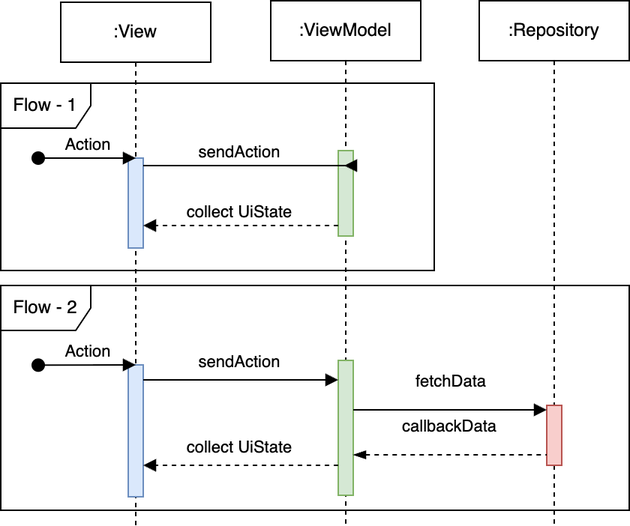
droidknights/DroidKnightsApp keeps this draw.io diagram as images/action.png. Above is the earlier version. Source tidied: cells renumbered, new cells last; positions are measured from the earlier drawing's top-left corner, leaving out a move shared by most shapes. Source of this version:
```xml
<mxGraphModel>
  <root>
    <mxCell id="0" />
    <mxCell id="1" parent="0" />
    <mxCell id="2" value=":View" style="shape=umlLifeline;perimeter=lifelinePerimeter;whiteSpace=wrap;html=1;newEdgeStyle={&quot;edgeStyle&quot;:&quot;elbowEdgeStyle&quot;,&quot;elbow&quot;:&quot;vertical&quot;,&quot;curved&quot;:0,&quot;rounded&quot;:0};" parent="1" vertex="1">
      <mxGeometry x="40" y="1" width="100" height="349" as="geometry" />
    </mxCell>
    <mxCell id="3" style="html=1;points=[];perimeter=orthogonalPerimeter;outlineConnect=0;targetShapes=umlLifeline;portConstraint=eastwest;newEdgeStyle={&quot;edgeStyle&quot;:&quot;elbowEdgeStyle&quot;,&quot;elbow&quot;:&quot;vertical&quot;,&quot;curved&quot;:0,&quot;rounded&quot;:0};fillColor=#dae8fc;strokeColor=#6c8ebf;" parent="2" vertex="1">
      <mxGeometry x="45" y="104" width="10" height="60" as="geometry" />
    </mxCell>
    <mxCell id="4" value="Action" style="html=1;verticalAlign=bottom;startArrow=oval;endArrow=block;startSize=8;edgeStyle=elbowEdgeStyle;elbow=vertical;curved=0;rounded=0;" parent="2" edge="1">
      <mxGeometry relative="1" as="geometry">
        <mxPoint x="-15" y="104" as="sourcePoint" />
        <mxPoint x="50" y="104" as="targetPoint" />
      </mxGeometry>
    </mxCell>
    <mxCell id="5" style="html=1;perimeter=orthogonalPerimeter;targetShapes=umlLifeline;newEdgeStyle={&quot;edgeStyle&quot;:&quot;elbowEdgeStyle&quot;,&quot;elbow&quot;:&quot;vertical&quot;,&quot;curved&quot;:0,&quot;rounded&quot;:0};fillColor=#dae8fc;strokeColor=#6c8ebf;" parent="2" vertex="1">
      <mxGeometry x="45" y="242" width="10" height="88" as="geometry" />
    </mxCell>
    <mxCell id="6" value=":ViewModel" style="shape=umlLifeline;perimeter=lifelinePerimeter;whiteSpace=wrap;html=1;newEdgeStyle={&quot;edgeStyle&quot;:&quot;elbowEdgeStyle&quot;,&quot;elbow&quot;:&quot;vertical&quot;,&quot;curved&quot;:0,&quot;rounded&quot;:0};" parent="1" vertex="1">
      <mxGeometry x="180" width="100" height="350" as="geometry" />
    </mxCell>
    <mxCell id="7" style="html=1;points=[];perimeter=orthogonalPerimeter;outlineConnect=0;targetShapes=umlLifeline;portConstraint=eastwest;newEdgeStyle={&quot;edgeStyle&quot;:&quot;elbowEdgeStyle&quot;,&quot;elbow&quot;:&quot;vertical&quot;,&quot;curved&quot;:0,&quot;rounded&quot;:0};fillColor=#d5e8d4;strokeColor=#82b366;" parent="6" vertex="1">
      <mxGeometry x="45" y="100" width="10" height="57" as="geometry" />
    </mxCell>
    <mxCell id="8" style="html=1;points=[];perimeter=orthogonalPerimeter;outlineConnect=0;targetShapes=umlLifeline;portConstraint=eastwest;newEdgeStyle={&quot;edgeStyle&quot;:&quot;elbowEdgeStyle&quot;,&quot;elbow&quot;:&quot;vertical&quot;,&quot;curved&quot;:0,&quot;rounded&quot;:0};fillColor=#d5e8d4;strokeColor=#82b366;" parent="6" vertex="1">
      <mxGeometry x="45" y="240" width="10" height="90" as="geometry" />
    </mxCell>
    <mxCell id="9" value="sendAction" style="html=1;verticalAlign=bottom;endArrow=block;edgeStyle=elbowEdgeStyle;elbow=vertical;curved=0;rounded=0;" parent="1" edge="1" source="3">
      <mxGeometry x="-0.06" relative="1" as="geometry">
        <mxPoint x="229" y="110" as="targetPoint" />
        <Array as="points">
          <mxPoint x="230" y="110" />
        </Array>
      </mxGeometry>
    </mxCell>
    <mxCell id="10" value="collect&amp;nbsp;UiState" style="html=1;verticalAlign=bottom;endArrow=block;edgeStyle=elbowEdgeStyle;elbow=vertical;curved=0;rounded=0;dashed=1;" parent="1" edge="1">
      <mxGeometry x="0.02" relative="1" as="geometry">
        <mxPoint x="225" y="150" as="sourcePoint" />
        <mxPoint x="95" y="150" as="targetPoint" />
        <Array as="points">
          <mxPoint x="190" y="150" />
        </Array>
      </mxGeometry>
    </mxCell>
    <mxCell id="11" value="sendAction" style="html=1;verticalAlign=bottom;endArrow=block;edgeStyle=elbowEdgeStyle;elbow=vertical;curved=0;rounded=0;" parent="1" edge="1" target="8">
      <mxGeometry x="-0.02" y="3" relative="1" as="geometry">
        <mxPoint x="95" y="253" as="sourcePoint" />
        <Array as="points">
          <mxPoint x="180" y="253" />
        </Array>
      </mxGeometry>
    </mxCell>
    <mxCell id="12" value="Action" style="html=1;verticalAlign=bottom;startArrow=oval;endArrow=block;startSize=8;edgeStyle=elbowEdgeStyle;elbow=vertical;curved=0;rounded=0;" parent="1" edge="1">
      <mxGeometry relative="1" as="geometry">
        <mxPoint x="25" y="243.1" as="sourcePoint" />
        <mxPoint x="90" y="243.1" as="targetPoint" />
      </mxGeometry>
    </mxCell>
    <mxCell id="13" value=":Repository" style="shape=umlLifeline;perimeter=lifelinePerimeter;whiteSpace=wrap;html=1;newEdgeStyle={&quot;edgeStyle&quot;:&quot;elbowEdgeStyle&quot;,&quot;elbow&quot;:&quot;vertical&quot;,&quot;curved&quot;:0,&quot;rounded&quot;:0};" parent="1" vertex="1">
      <mxGeometry x="319" width="100" height="350" as="geometry" />
    </mxCell>
    <mxCell id="14" style="html=1;points=[];perimeter=orthogonalPerimeter;outlineConnect=0;targetShapes=umlLifeline;portConstraint=eastwest;newEdgeStyle={&quot;edgeStyle&quot;:&quot;elbowEdgeStyle&quot;,&quot;elbow&quot;:&quot;vertical&quot;,&quot;curved&quot;:0,&quot;rounded&quot;:0};fillColor=#f8cecc;strokeColor=#b85450;" parent="13" vertex="1">
      <mxGeometry x="45" y="270" width="10" height="40" as="geometry" />
    </mxCell>
    <mxCell id="15" value="fetchData" style="html=1;verticalAlign=bottom;endArrow=block;edgeStyle=elbowEdgeStyle;elbow=vertical;curved=0;rounded=0;" parent="1" edge="1" target="14">
      <mxGeometry y="10" relative="1" as="geometry">
        <mxPoint x="235" y="273" as="sourcePoint" />
      </mxGeometry>
    </mxCell>
    <mxCell id="16" value="callbackData" style="html=1;verticalAlign=bottom;endArrow=none;edgeStyle=elbowEdgeStyle;elbow=vertical;curved=0;rounded=0;endFill=0;startArrow=blockThin;startFill=1;dashed=1;" parent="1" edge="1" target="14">
      <mxGeometry y="10" relative="1" as="geometry">
        <mxPoint x="235" y="303" as="sourcePoint" />
        <Array as="points">
          <mxPoint x="320" y="303" />
        </Array>
      </mxGeometry>
    </mxCell>
    <mxCell id="17" value="collect UiState" style="html=1;verticalAlign=bottom;endArrow=block;edgeStyle=elbowEdgeStyle;elbow=vertical;curved=0;rounded=0;dashed=1;" parent="1" edge="1">
      <mxGeometry x="0.02" y="-3" relative="1" as="geometry">
        <mxPoint x="225" y="310" as="sourcePoint" />
        <mxPoint x="95" y="310" as="targetPoint" />
        <Array as="points">
          <mxPoint x="190" y="310" />
        </Array>
      </mxGeometry>
    </mxCell>
    <mxCell id="18" value="Flow - 1" style="shape=umlFrame;whiteSpace=wrap;html=1;" parent="1" vertex="1">
      <mxGeometry y="55" width="289" height="125" as="geometry" />
    </mxCell>
    <mxCell id="19" value="Flow - 2" style="shape=umlFrame;whiteSpace=wrap;html=1;" parent="1" vertex="1">
      <mxGeometry y="190" width="419" height="150" as="geometry" />
    </mxCell>
  </root>
</mxGraphModel>
```
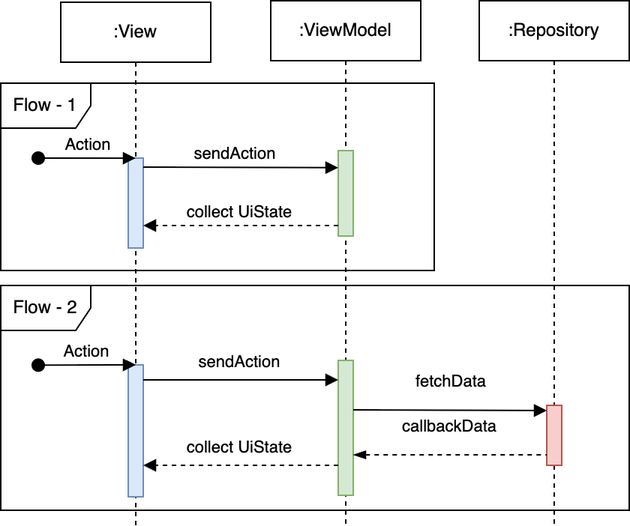
The same diagram one commit later.

Commit message:
(DOC)[#526] 이미지 수정

What changed in the source:
```diff
@@ -26,12 +26,9 @@
     <mxCell id="8" style="html=1;points=[];perimeter=orthogonalPerimeter;outlineConnect=0;targetShapes=umlLifeline;portConstraint=eastwest;newEdgeStyle={&quot;edgeStyle&quot;:&quot;elbowEdgeStyle&quot;,&quot;elbow&quot;:&quot;vertical&quot;,&quot;curved&quot;:0,&quot;rounded&quot;:0};fillColor=#d5e8d4;strokeColor=#82b366;" parent="6" vertex="1">
       <mxGeometry x="45" y="240" width="10" height="90" as="geometry" />
     </mxCell>
-    <mxCell id="9" value="sendAction" style="html=1;verticalAlign=bottom;endArrow=block;edgeStyle=elbowEdgeStyle;elbow=vertical;curved=0;rounded=0;" parent="1" edge="1" source="3">
+    <mxCell id="9" value="sendAction" style="html=1;verticalAlign=bottom;endArrow=block;edgeStyle=elbowEdgeStyle;elbow=vertical;curved=0;rounded=0;" parent="1" edge="1" target="7">
       <mxGeometry x="-0.06" relative="1" as="geometry">
-        <mxPoint x="229" y="110" as="targetPoint" />
-        <Array as="points">
-          <mxPoint x="230" y="110" />
-        </Array>
+        <mxPoint x="95" y="111" as="sourcePoint" />
       </mxGeometry>
     </mxCell>
     <mxCell id="10" value="collect&amp;nbsp;UiState" style="html=1;verticalAlign=bottom;endArrow=block;edgeStyle=elbowEdgeStyle;elbow=vertical;curved=0;rounded=0;dashed=1;" parent="1" edge="1">
```
